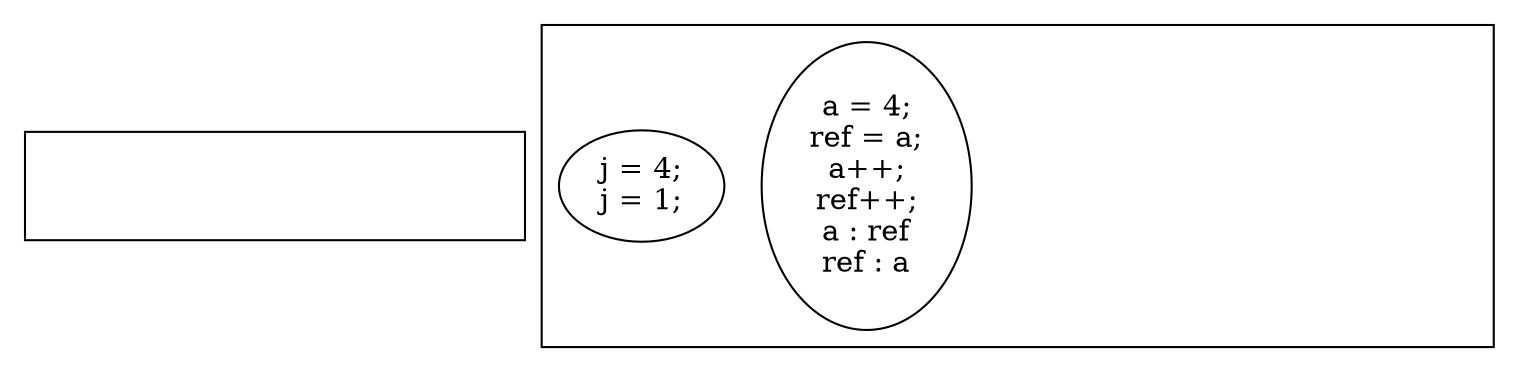
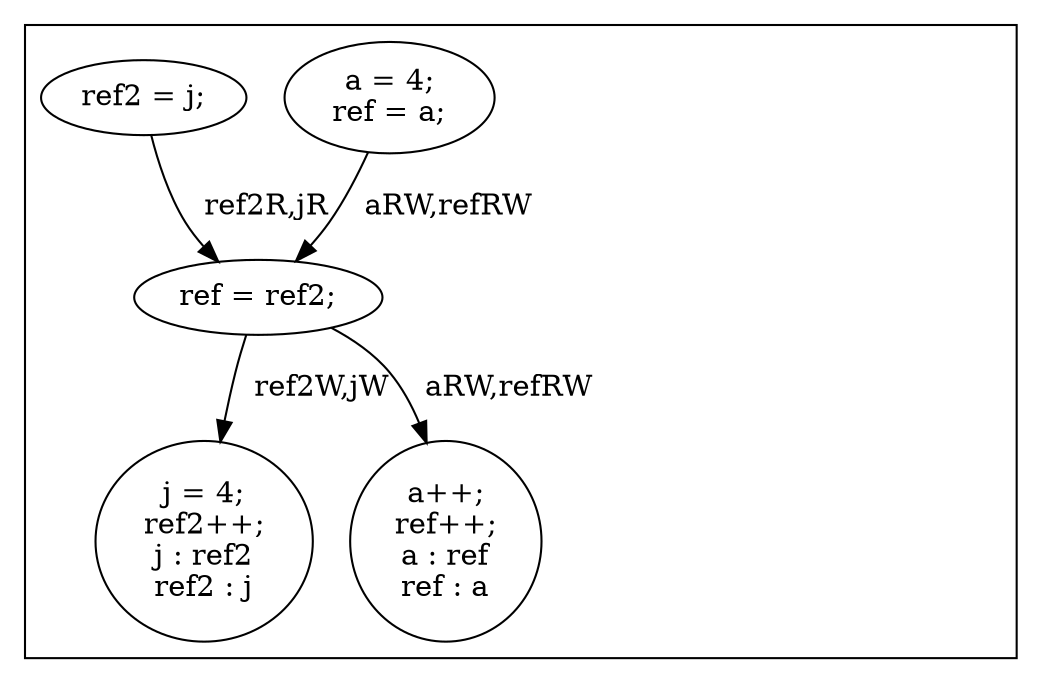
digraph G {
subgraph cluster_f0 {
-     invisibleNodeScope_2 [style=invis];
- }
- subgraph cluster_f1 {
-     invisibleNodeScope_3 [style=invis];
+     invisibleNodeScope_1 [style=invis];
    0 [label="a = 4;
- ref = a;
- a++;
+ ref = a;"];
+     1 [label="ref2 = j;"];
+     3 [label="ref = ref2;"];
+     4 [label="j = 4;
+ ref2++;
+ j : ref2
+ ref2 : j"];
+     5 [label="a++;
ref++;
a : ref
ref : a"];
-     2 [label="j = 4;
- j = 1;"];
}
+     0 -> 3[label="  aRW,refRW"];
+     1 -> 3[label="  ref2R,jR"];
+     3 -> 4[label="  ref2W,jW"];
+     3 -> 5[label="  aRW,refRW"];
}
